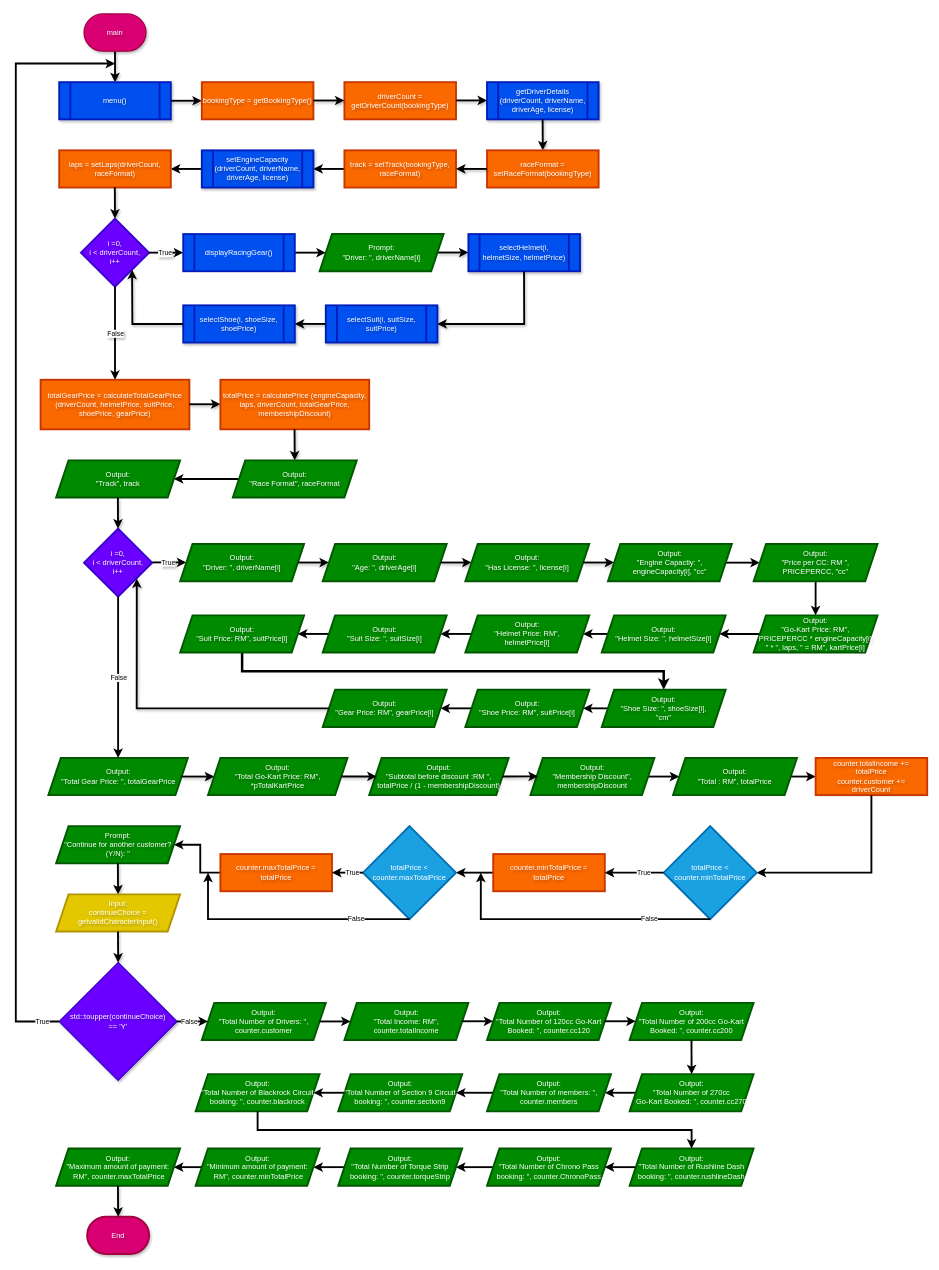
Earlier version of the draw.io diagram Flowcharts (draw.io)/00. main.drawio (shahxvi/csc126-group-project). Source tidied: cells renumbered, new cells numbered last; positions are measured from the earlier drawing's top-left corner, leaving out a move shared by most shapes. Both pictures are drawn from the tidied source at 62%, with x=0, y=0 at pixel (16, 14).
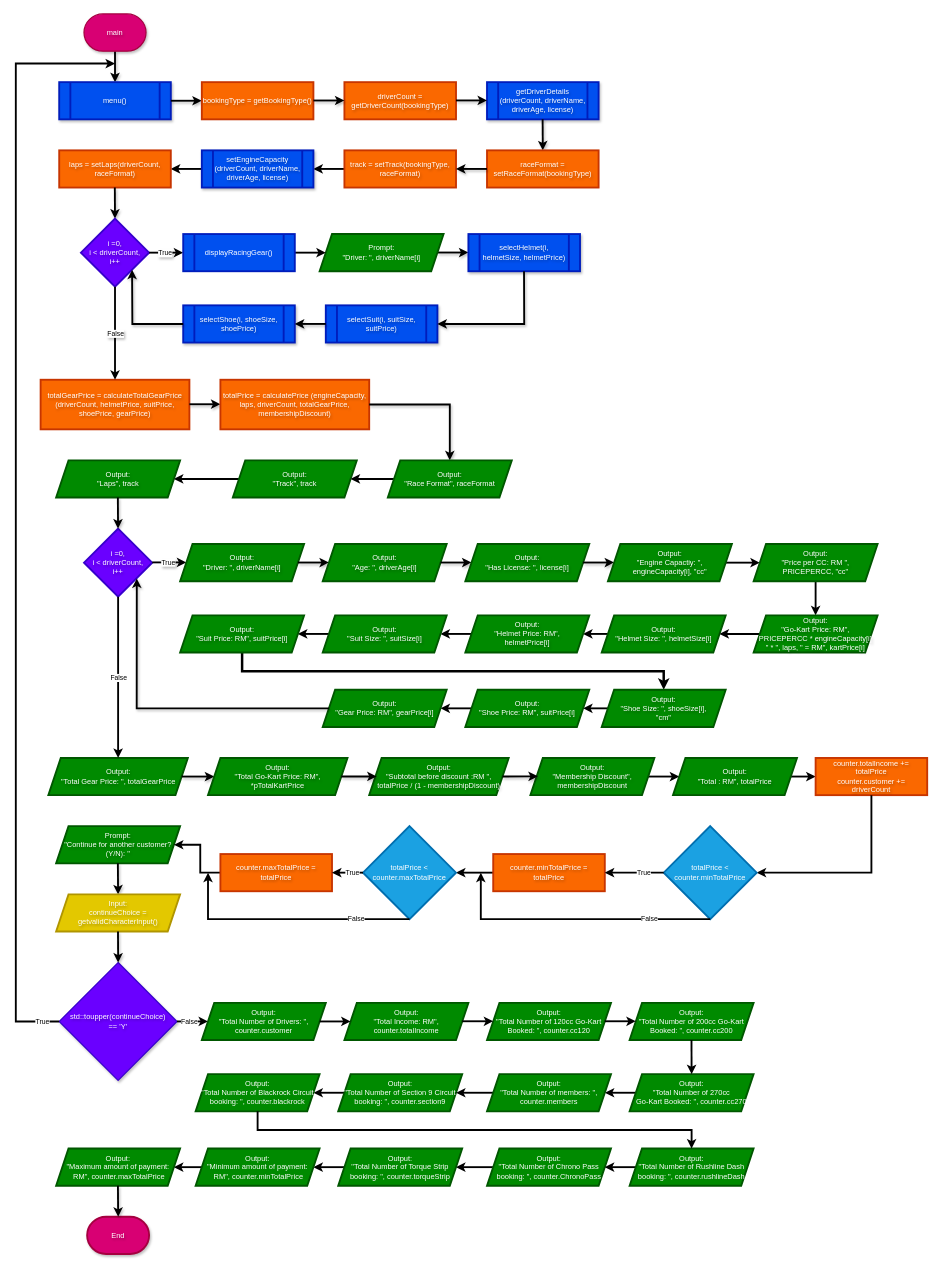
The same page after the edit.

Unchanged cells that the change refers to:
```xml
<mxCell id="28" value="totalPrice = calculatePrice (engineCapacity, laps, driverCount, totalGearPrice, membershipDiscount)" style="whiteSpace=wrap;html=1;fillColor=#fa6800;fontColor=#FFFFFF;strokeColor=#C73500;strokeWidth=3;textShadow=1;spacing=2;" parent="1" vertex="1">
  <mxGeometry x="330" y="590" width="240" height="80" as="geometry" />
</mxCell>
```

Diff of the diagram source:
```diff
@@
-    <mxCell id="29" style="edgeStyle=none;html=1;strokeWidth=3;shadow=1;entryX=0.5;entryY=0;entryDx=0;entryDy=0;textShadow=1;spacing=2;" parent="1" edge="1">
+    <mxCell id="29" style="edgeStyle=none;html=1;strokeWidth=3;shadow=1;entryX=0.5;entryY=0;entryDx=0;entryDy=0;textShadow=1;spacing=2;exitX=1;exitY=0.5;exitDx=0;exitDy=0;rounded=0;curved=0;" parent="1" edge="1" source="28" target="31">
       <mxGeometry relative="1" as="geometry">
-        <mxPoint x="449.6" y="670" as="sourcePoint" />
-        <mxPoint x="449.9" y="720" as="targetPoint" />
+        <Array as="points">
+          <mxPoint x="700" y="630" />
+        </Array>
       </mxGeometry>
     </mxCell>
-    <mxCell id="30" style="edgeStyle=none;html=1;strokeWidth=3;" parent="1" edge="1" source="31" target="32">
-      <mxGeometry relative="1" as="geometry" />
+    <mxCell id="30" style="edgeStyle=none;html=1;strokeWidth=3;" parent="1" edge="1" target="32">
+      <mxGeometry relative="1" as="geometry">
+        <mxPoint x="360" y="750" as="sourcePoint" />
+      </mxGeometry>
     </mxCell>
-    <mxCell id="31" value="Output:&lt;br&gt;&quot;Race Format&quot;, raceFormat" style="shape=parallelogram;perimeter=parallelogramPerimeter;whiteSpace=wrap;html=1;fixedSize=1;fillColor=#008a00;fontColor=#ffffff;strokeColor=#005700;textShadow=1;spacing=2;strokeWidth=3;" parent="1" vertex="1">
-      <mxGeometry x="350" y="720" width="200" height="60" as="geometry" />
-    </mxCell>
-    <mxCell id="32" value="Output:&lt;br&gt;&quot;Track&quot;, track" style="shape=parallelogram;perimeter=parallelogramPerimeter;whiteSpace=wrap;html=1;fixedSize=1;fillColor=#008a00;fontColor=#ffffff;strokeColor=#005700;textShadow=1;spacing=2;strokeWidth=3;" parent="1" vertex="1">
+    <mxCell id="32" value="Output:&lt;br&gt;&quot;Laps&quot;, track" style="shape=parallelogram;perimeter=parallelogramPerimeter;whiteSpace=wrap;html=1;fixedSize=1;fillColor=#008a00;fontColor=#ffffff;strokeColor=#005700;textShadow=1;spacing=2;strokeWidth=3;" parent="1" vertex="1">
       <mxGeometry x="65" y="720" width="200" height="60" as="geometry" />
     </mxCell>
@@
+    <mxCell id="130" value="Output:&lt;br&gt;&quot;Track&quot;, track" style="shape=parallelogram;perimeter=parallelogramPerimeter;whiteSpace=wrap;html=1;fixedSize=1;fillColor=#008a00;fontColor=#ffffff;strokeColor=#005700;textShadow=1;spacing=2;strokeWidth=3;" parent="1" vertex="1">
+      <mxGeometry x="350" y="720" width="200" height="60" as="geometry" />
+    </mxCell>
+    <mxCell id="131" style="edgeStyle=none;html=1;strokeWidth=3;" parent="1" edge="1" source="31" target="130">
+      <mxGeometry relative="1" as="geometry" />
+    </mxCell>
+    <mxCell id="31" value="Output:&lt;br&gt;&quot;Race Format&quot;, raceFormat" style="shape=parallelogram;perimeter=parallelogramPerimeter;whiteSpace=wrap;html=1;fixedSize=1;fillColor=#008a00;fontColor=#ffffff;strokeColor=#005700;textShadow=1;spacing=2;strokeWidth=3;" parent="1" vertex="1">
+      <mxGeometry x="600" y="720" width="200" height="60" as="geometry" />
+    </mxCell>
```
